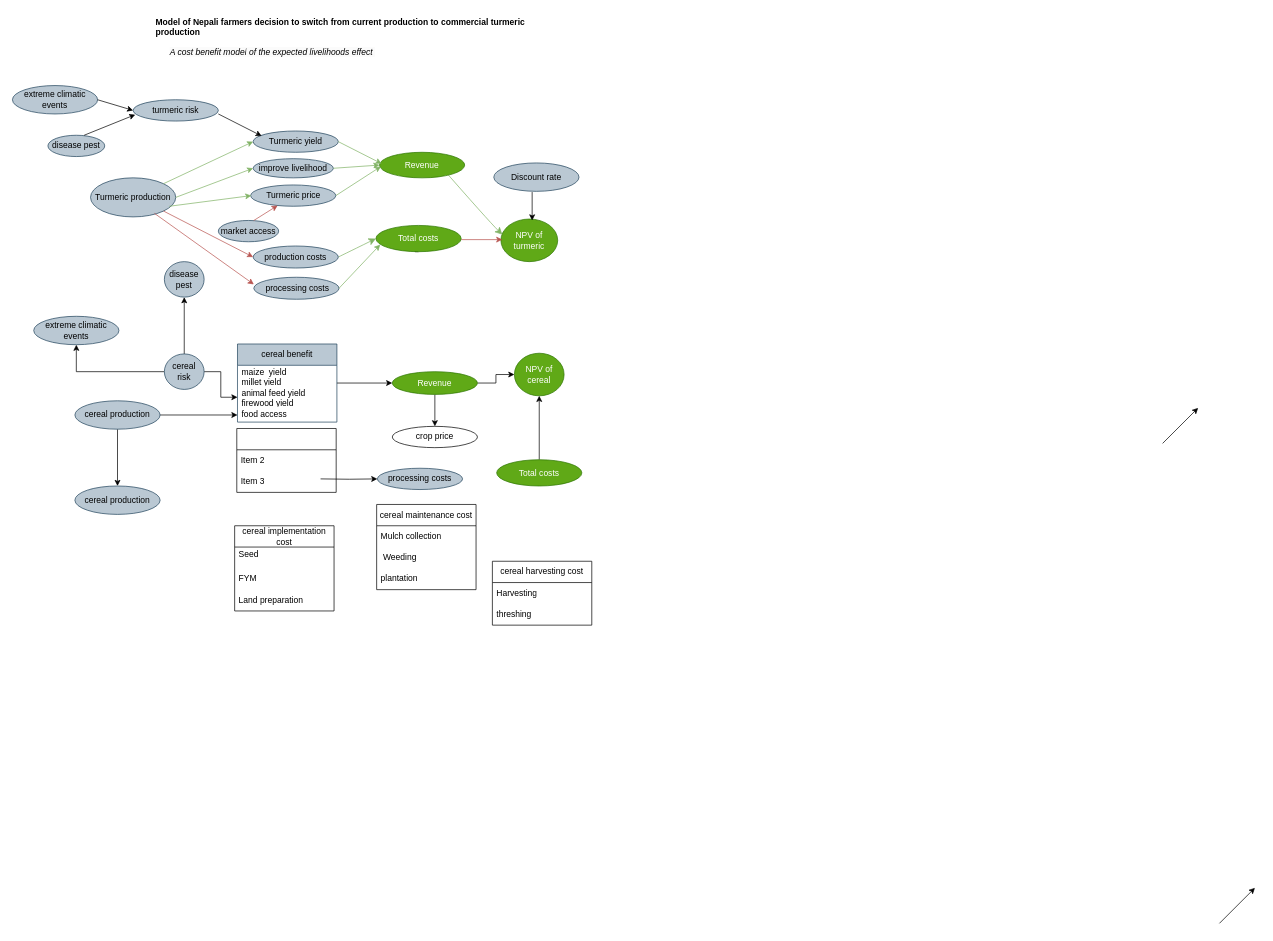
The draw.io diagram Untitled Diagram.drawio in AditiBista/masterthesis, before the edit. Source tidied: cells renumbered, new cells numbered last; positions are measured from the earlier drawing's top-left corner, leaving out a move shared by most shapes. Both pictures are drawn from the tidied source at 71%, with x=0, y=0 at pixel (12, 12).
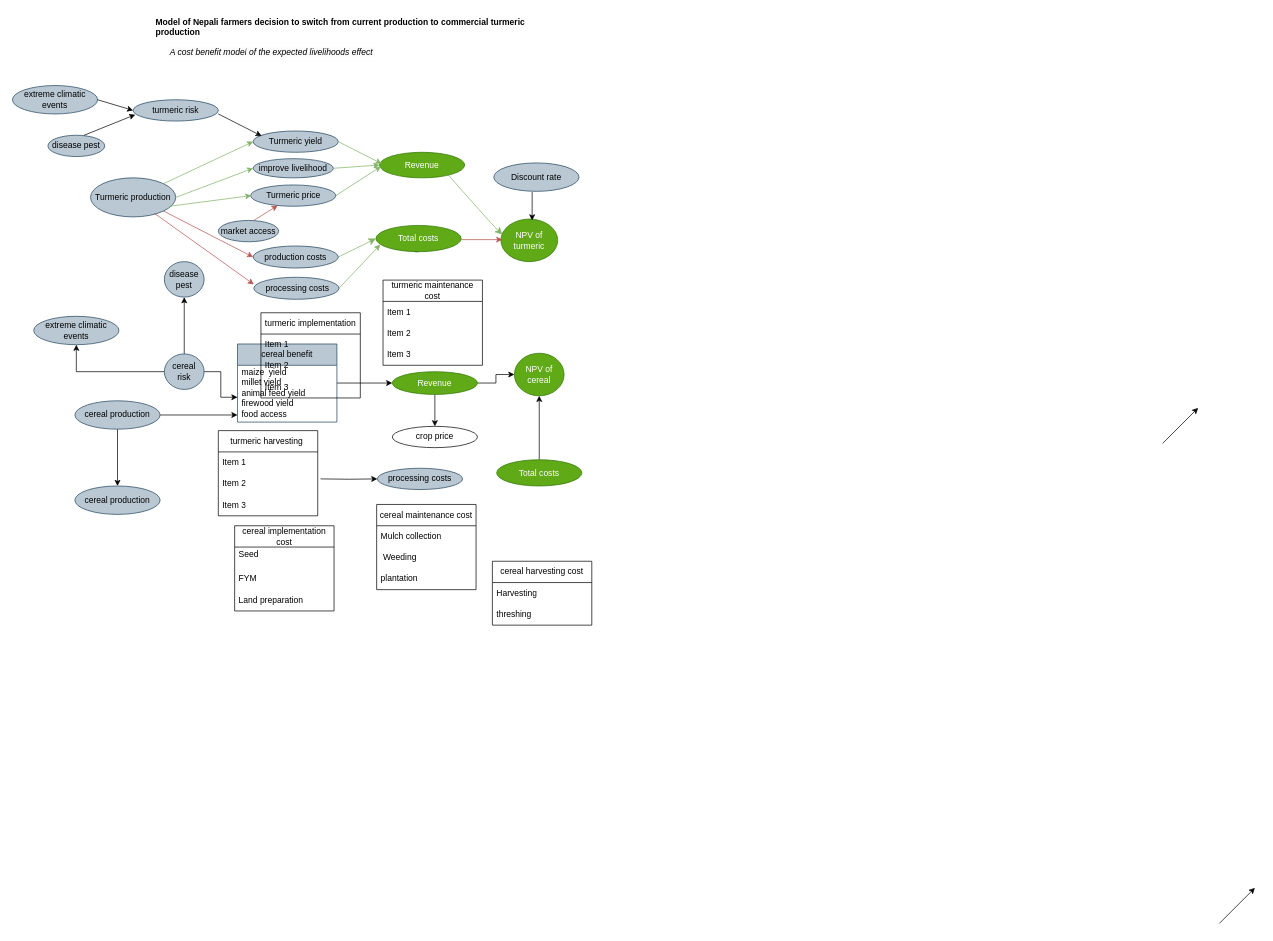
After the change.

Diff of the diagram source:
```diff
@@
-    <mxCell id="68" style="swimlane;fontStyle=0;horizontal=1;startSize=30;whiteSpace=wrap;html=1;" parent="1" vertex="1">
-      <mxGeometry x="316" y="586" width="140" height="90" as="geometry" />
-    </mxCell>
-    <mxCell id="69" value="Item 2" style="text;strokeColor=none;fillColor=none;align=left;verticalAlign=middle;spacingLeft=4;spacingRight=4;overflow=hidden;whiteSpace=wrap;html=1;" parent="68" vertex="1">
-      <mxGeometry y="30" width="140" height="30" as="geometry" />
-    </mxCell>
-    <mxCell id="70" value="Item 3" style="text;strokeColor=none;fillColor=none;align=left;verticalAlign=middle;spacingLeft=4;spacingRight=4;overflow=hidden;whiteSpace=wrap;html=1;" parent="68" vertex="1">
-      <mxGeometry y="60" width="140" height="30" as="geometry" />
-    </mxCell>
@@
+    <mxCell id="78" value="turmeric implementation" style="swimlane;fontStyle=0;horizontal=1;startSize=30;whiteSpace=wrap;html=1;" parent="1" vertex="1">
+      <mxGeometry x="350" y="423" width="140" height="120" as="geometry" />
+    </mxCell>
+    <mxCell id="79" value="Item 1" style="text;strokeColor=none;fillColor=none;align=left;verticalAlign=middle;spacingLeft=4;spacingRight=4;overflow=hidden;whiteSpace=wrap;html=1;" parent="78" vertex="1">
+      <mxGeometry y="30" width="140" height="30" as="geometry" />
+    </mxCell>
+    <mxCell id="80" value="Item 2" style="text;strokeColor=none;fillColor=none;align=left;verticalAlign=middle;spacingLeft=4;spacingRight=4;overflow=hidden;whiteSpace=wrap;html=1;" parent="78" vertex="1">
+      <mxGeometry y="60" width="140" height="30" as="geometry" />
+    </mxCell>
+    <mxCell id="81" value="Item 3" style="text;strokeColor=none;fillColor=none;align=left;verticalAlign=middle;spacingLeft=4;spacingRight=4;overflow=hidden;whiteSpace=wrap;html=1;" parent="78" vertex="1">
+      <mxGeometry y="90" width="140" height="30" as="geometry" />
+    </mxCell>
+    <mxCell id="82" value="turmeric maintenance cost" style="swimlane;fontStyle=0;horizontal=1;startSize=30;whiteSpace=wrap;html=1;" parent="1" vertex="1">
+      <mxGeometry x="522" y="377" width="140" height="120" as="geometry" />
+    </mxCell>
+    <mxCell id="83" value="Item 1" style="text;strokeColor=none;fillColor=none;align=left;verticalAlign=middle;spacingLeft=4;spacingRight=4;overflow=hidden;whiteSpace=wrap;html=1;" parent="82" vertex="1">
+      <mxGeometry y="30" width="140" height="30" as="geometry" />
+    </mxCell>
+    <mxCell id="84" value="Item 2" style="text;strokeColor=none;fillColor=none;align=left;verticalAlign=middle;spacingLeft=4;spacingRight=4;overflow=hidden;whiteSpace=wrap;html=1;" parent="82" vertex="1">
+      <mxGeometry y="60" width="140" height="30" as="geometry" />
+    </mxCell>
+    <mxCell id="85" value="Item 3" style="text;strokeColor=none;fillColor=none;align=left;verticalAlign=middle;spacingLeft=4;spacingRight=4;overflow=hidden;whiteSpace=wrap;html=1;" parent="82" vertex="1">
+      <mxGeometry y="90" width="140" height="30" as="geometry" />
+    </mxCell>
+    <mxCell id="86" value="turmeric harvesting&amp;nbsp;" style="swimlane;fontStyle=0;horizontal=1;startSize=30;whiteSpace=wrap;html=1;" parent="1" vertex="1">
+      <mxGeometry x="290" y="589" width="140" height="120" as="geometry" />
+    </mxCell>
+    <mxCell id="87" value="Item 1" style="text;strokeColor=none;fillColor=none;align=left;verticalAlign=middle;spacingLeft=4;spacingRight=4;overflow=hidden;whiteSpace=wrap;html=1;" parent="86" vertex="1">
+      <mxGeometry y="30" width="140" height="30" as="geometry" />
+    </mxCell>
+    <mxCell id="88" value="Item 2" style="text;strokeColor=none;fillColor=none;align=left;verticalAlign=middle;spacingLeft=4;spacingRight=4;overflow=hidden;whiteSpace=wrap;html=1;" parent="86" vertex="1">
+      <mxGeometry y="60" width="140" height="30" as="geometry" />
+    </mxCell>
+    <mxCell id="89" value="Item 3" style="text;strokeColor=none;fillColor=none;align=left;verticalAlign=middle;spacingLeft=4;spacingRight=4;overflow=hidden;whiteSpace=wrap;html=1;" parent="86" vertex="1">
+      <mxGeometry y="90" width="140" height="30" as="geometry" />
+    </mxCell>
```
